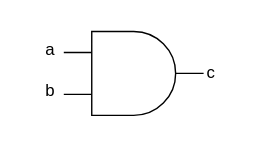
Before: .pic/Introduction/How FPGA works/fig_01.drawio.svg, a diagram exported from draw.io (MPSU/APS). Source tidied: cells renumbered, new cells last; positions are measured from the earlier drawing's top-left corner, leaving out a move shared by most shapes.
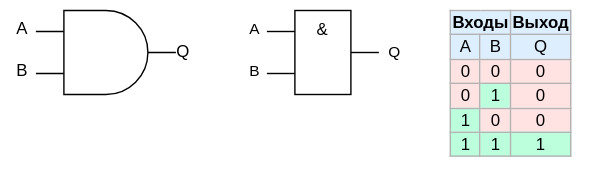
The same file after the commit.

Diff of the diagram source:
```diff
@@ -5,14 +5,50 @@
     <mxCell id="2" style="verticalLabelPosition=bottom;shadow=0;dashed=0;align=center;html=1;verticalAlign=top;shape=mxgraph.electrical.logic_gates.logic_gate;operation=and;" parent="1" vertex="1">
       <mxGeometry x="25" y="2" width="100" height="60" as="geometry" />
     </mxCell>
-    <mxCell id="3" value="a" style="text;html=1;align=center;verticalAlign=middle;strokeColor=none;fillColor=none;" parent="1" vertex="1">
+    <mxCell id="3" value="A" style="text;html=1;align=center;verticalAlign=middle;strokeColor=none;fillColor=none;" parent="1" vertex="1">
       <mxGeometry width="30" height="30" as="geometry" />
     </mxCell>
-    <mxCell id="4" value="b" style="text;html=1;align=center;verticalAlign=middle;strokeColor=none;fillColor=none;" parent="1" vertex="1">
+    <mxCell id="4" value="B" style="text;html=1;align=center;verticalAlign=middle;strokeColor=none;fillColor=none;" parent="1" vertex="1">
       <mxGeometry y="30" width="30" height="30" as="geometry" />
     </mxCell>
-    <mxCell id="5" value="c" style="text;html=1;align=center;verticalAlign=middle;strokeColor=none;fillColor=none;" parent="1" vertex="1">
+    <mxCell id="5" value="Q" style="text;html=1;align=center;verticalAlign=middle;strokeColor=none;fillColor=none;" parent="1" vertex="1">
       <mxGeometry x="115" y="17" width="30" height="30" as="geometry" />
     </mxCell>
+    <mxCell id="6" style="edgeStyle=orthogonalEdgeStyle;rounded=0;jettySize=auto;html=1;exitX=1;exitY=0.5;exitDx=0;exitDy=0;endArrow=none;endFill=0;" parent="1" edge="1" source="12">
+      <mxGeometry relative="1" as="geometry">
+        <mxPoint x="270" y="32" as="targetPoint" />
+      </mxGeometry>
+    </mxCell>
+    <mxCell id="7" value="Q" style="edgeLabel;html=1;align=center;verticalAlign=middle;" parent="6" vertex="1">
+      <mxGeometry x="0.63" y="1" relative="1" as="geometry">
+        <mxPoint x="14" y="1" as="offset" />
+      </mxGeometry>
+    </mxCell>
+    <mxCell id="8" style="edgeStyle=orthogonalEdgeStyle;rounded=0;jettySize=auto;html=1;exitX=0;exitY=0.25;exitDx=0;exitDy=0;endArrow=none;endFill=0;" parent="1" edge="1" source="12">
+      <mxGeometry relative="1" as="geometry">
+        <mxPoint x="190" y="17" as="targetPoint" />
+      </mxGeometry>
+    </mxCell>
+    <mxCell id="9" value="A" style="edgeLabel;html=1;align=center;verticalAlign=middle;" parent="8" vertex="1">
+      <mxGeometry x="-0.23" y="-2" relative="1" as="geometry">
+        <mxPoint x="-22" as="offset" />
+      </mxGeometry>
+    </mxCell>
+    <mxCell id="10" style="edgeStyle=orthogonalEdgeStyle;rounded=0;jettySize=auto;html=1;exitX=0;exitY=0.75;exitDx=0;exitDy=0;endArrow=none;endFill=0;" parent="1" edge="1" source="12">
+      <mxGeometry relative="1" as="geometry">
+        <mxPoint x="190" y="47" as="targetPoint" />
+      </mxGeometry>
+    </mxCell>
+    <mxCell id="11" value="B" style="edgeLabel;html=1;align=center;verticalAlign=middle;" parent="10" vertex="1">
+      <mxGeometry x="0.17" relative="1" as="geometry">
+        <mxPoint x="-18" y="-2" as="offset" />
+      </mxGeometry>
+    </mxCell>
+    <mxCell id="12" value="&amp;amp;" style="rounded=0;whiteSpace=wrap;html=1;horizontal=1;verticalAlign=top;" parent="1" vertex="1">
+      <mxGeometry x="210" y="2" width="40" height="60" as="geometry" />
+    </mxCell>
+    <mxCell id="13" value="&lt;table border=&quot;1&quot; class=&quot;wikitable&quot; style=&quot;float: right; text-align: center; border: 1px solid rgb(179, 179, 179); border-collapse: collapse;&quot;&gt;&lt;tbody&gt;&lt;tr style=&quot;background:#def;&quot;&gt;&lt;td colspan=&quot;2&quot;&gt;&lt;b&gt;Входы&lt;/b&gt;&lt;/td&gt;&lt;td&gt;&lt;b&gt;Выход&lt;/b&gt;&lt;br&gt;&lt;/td&gt;&lt;/tr&gt;&lt;tr style=&quot;background:#def;&quot;&gt;&lt;td&gt;A&lt;/td&gt;&lt;td&gt;B&lt;/td&gt;&lt;td&gt;Q&lt;br&gt;&lt;/td&gt;&lt;/tr&gt;&lt;tr&gt;&lt;td style=&quot;background: #FFE3E3; color: black; vertical-align: middle; text-align: center;&quot; class=&quot;table-no2&quot;&gt;0&lt;/td&gt;&lt;td style=&quot;background: #FFE3E3; color: black; vertical-align: middle; text-align: center;&quot; class=&quot;table-no2&quot;&gt;0&lt;/td&gt;&lt;td style=&quot;background: #FFE3E3; color: black; vertical-align: middle; text-align: center;&quot; class=&quot;table-no2&quot;&gt;0&lt;br&gt;&lt;/td&gt;&lt;/tr&gt;&lt;tr&gt;&lt;td style=&quot;background: #FFE3E3; color: black; vertical-align: middle; text-align: center;&quot; class=&quot;table-no2&quot;&gt;0&lt;/td&gt;&lt;td style=&quot;background:#bfd; color:black; vertical-align:middle; text-align:center;&quot; class=&quot;table-yes2&quot;&gt;1&lt;/td&gt;&lt;td border=&quot;1&quot; style=&quot;background: rgb(255, 227, 227); color: black; vertical-align: middle; text-align: center; border-collapse: collapse;&quot; class=&quot;table-no2&quot;&gt;&lt;span style=&quot;&quot;&gt;0&lt;/span&gt;&lt;br&gt;&lt;/td&gt;&lt;/tr&gt;&lt;tr&gt;&lt;td style=&quot;background:#bfd; color:black; vertical-align:middle; text-align:center;&quot; class=&quot;table-yes2&quot;&gt;1&lt;/td&gt;&lt;td style=&quot;background: #FFE3E3; color: black; vertical-align: middle; text-align: center;&quot; class=&quot;table-no2&quot;&gt;0&lt;/td&gt;&lt;td style=&quot;background: rgb(255, 227, 227); color: black; vertical-align: middle; text-align: center;&quot; class=&quot;table-no2&quot;&gt;0&lt;br&gt;&lt;/td&gt;&lt;/tr&gt;&lt;tr&gt;&lt;td style=&quot;background:#bfd; color:black; vertical-align:middle; text-align:center;&quot; class=&quot;table-yes2&quot;&gt;1&lt;/td&gt;&lt;td style=&quot;background:#bfd; color:black; vertical-align:middle; text-align:center;&quot; class=&quot;table-yes2&quot;&gt;1&lt;/td&gt;&lt;td style=&quot;background: rgb(187, 255, 221); color: black; vertical-align: middle; text-align: center;&quot; class=&quot;table-yes2&quot;&gt;1&lt;br&gt;&lt;/td&gt;&lt;/tr&gt;&lt;/tbody&gt;&lt;/table&gt;" style="text;whiteSpace=wrap;html=1;strokeColor=none;" parent="1" vertex="1">
+      <mxGeometry x="319" y="-5" width="110" height="130" as="geometry" />
+    </mxCell>
   </root>
 </mxGraphModel>
```
